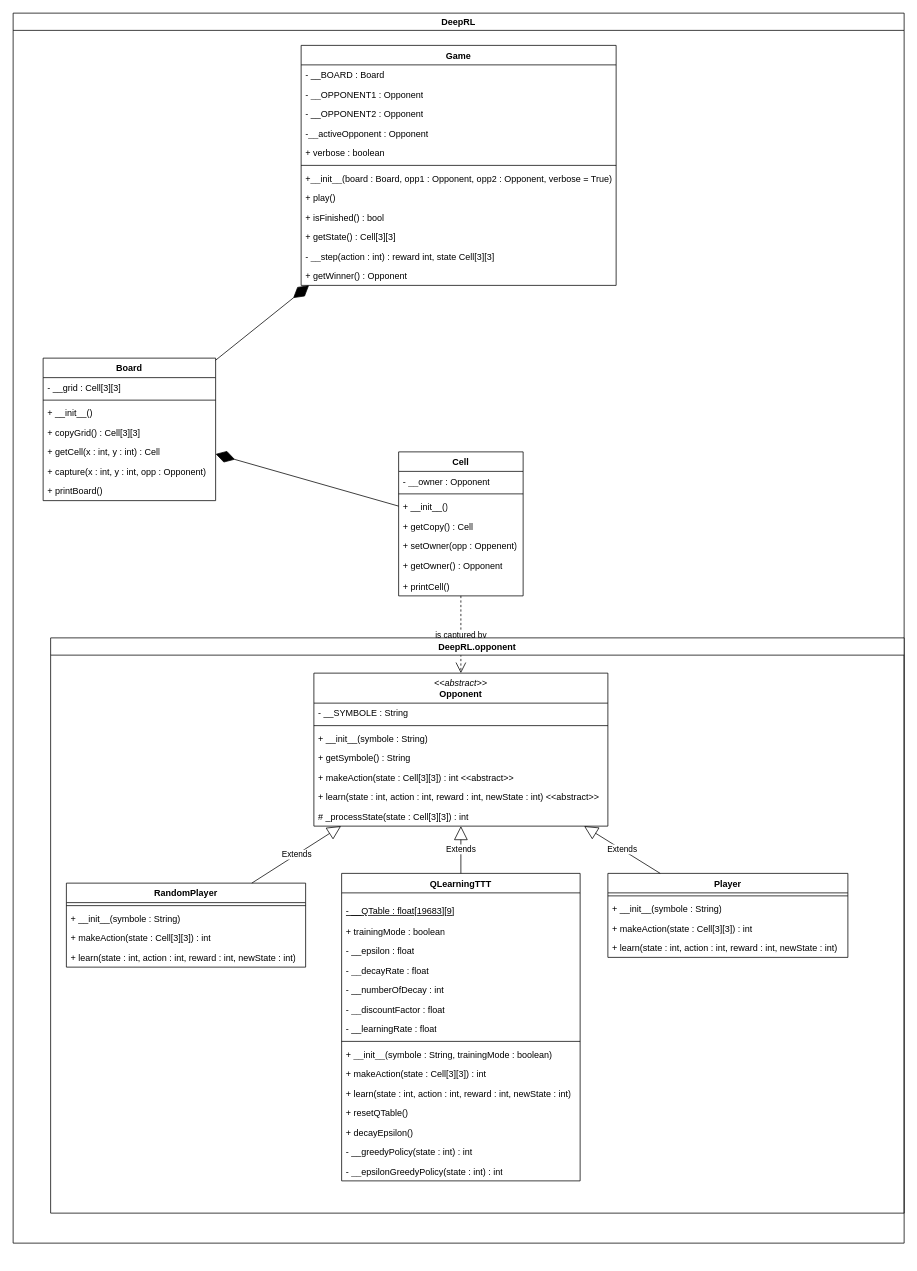
Above: uml/DRL project.drawio in Enzo-Claeyssen/Q-Learning_for_Tic_Tac_Toe (draw.io), before the change. Source tidied: cells renumbered, new cells numbered last; positions are measured from the earlier drawing's top-left corner, leaving out a move shared by most shapes. Both pictures are drawn from the tidied source at 75%, with x=0, y=0 at pixel (13, 13).
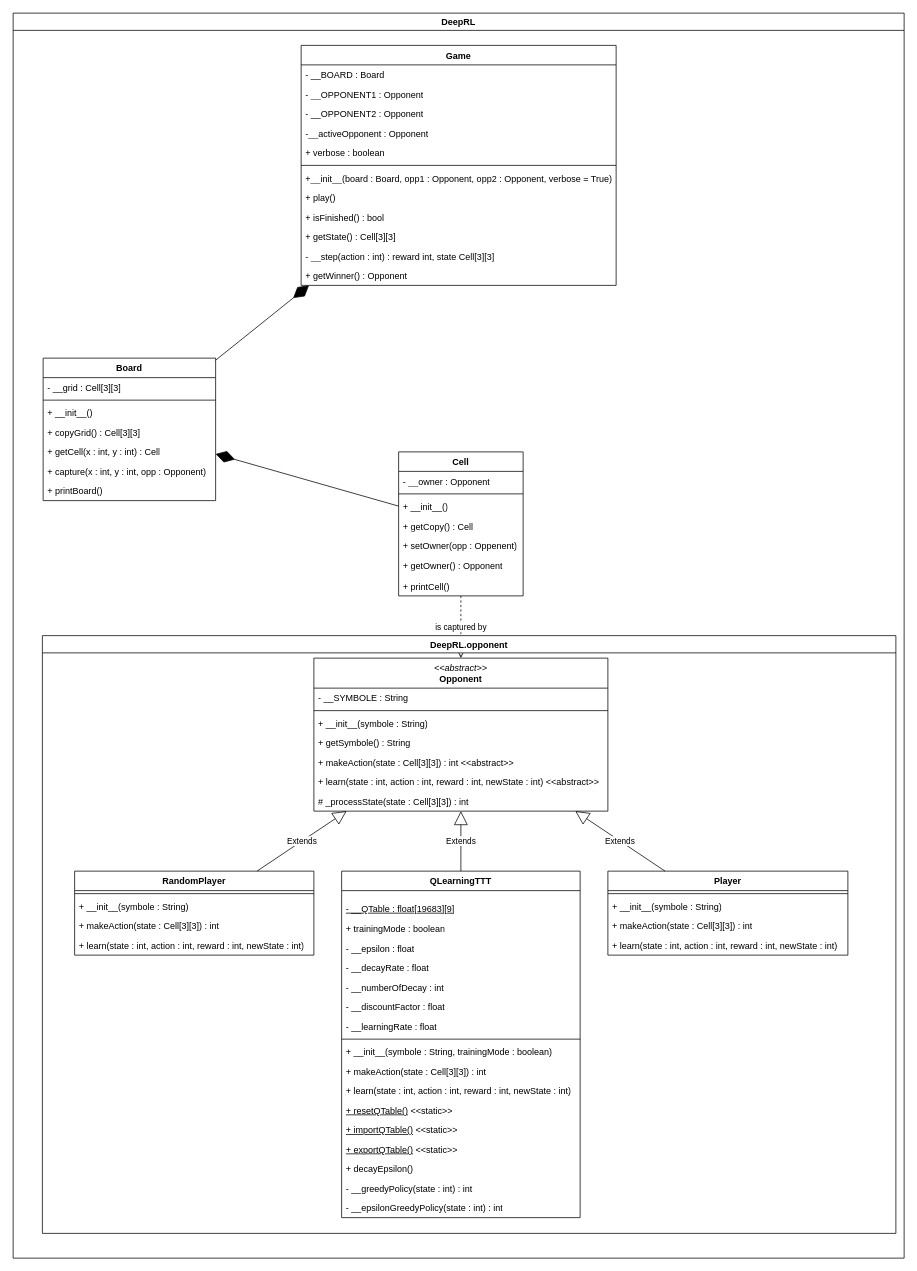
Above is the later version.

What changed in the source:
```diff
@@
     <mxCell id="2" value="DeepRL" style="swimlane;" parent="1" vertex="1">
-      <mxGeometry width="1188" height="1640" as="geometry" />
+      <mxGeometry width="1188" height="1660" as="geometry" />
     </mxCell>
@@
     <mxCell id="35" value="DeepRL.opponent" style="swimlane;" parent="2" vertex="1">
-      <mxGeometry x="50" y="833" width="1138" height="767" as="geometry" />
+      <mxGeometry x="39" y="830" width="1138" height="797" as="geometry" />
     </mxCell>
     <mxCell id="36" value="RandomPlayer" style="swimlane;fontStyle=1;align=center;verticalAlign=top;horizontal=1;startSize=26;whiteSpace=wrap;html=1;" parent="35" vertex="1">
-      <mxGeometry x="21" y="327" width="319" height="112" as="geometry" />
+      <mxGeometry x="43" y="314" width="319" height="112" as="geometry" />
     </mxCell>
@@
     <mxCell id="41" value="Player" style="swimlane;fontStyle=1;align=center;verticalAlign=top;horizontal=1;startSize=26;whiteSpace=wrap;html=1;" parent="35" vertex="1">
-      <mxGeometry x="743" y="314" width="320" height="112" as="geometry" />
+      <mxGeometry x="754" y="314" width="320" height="112" as="geometry" />
     </mxCell>
@@
     <mxCell id="46" value="&lt;span style=&quot;font-weight: normal;&quot;&gt;&lt;i&gt;&amp;lt;&amp;lt;abstract&amp;gt;&amp;gt;&lt;/i&gt;&lt;/span&gt;&lt;br&gt;Opponent" style="swimlane;fontStyle=1;align=center;verticalAlign=top;horizontal=1;startSize=40;whiteSpace=wrap;html=1;" parent="35" vertex="1">
-      <mxGeometry x="351" y="47" width="392" height="204" as="geometry" />
+      <mxGeometry x="362" y="30" width="392" height="204" as="geometry" />
     </mxCell>
@@
     <mxCell id="56" value="QLearningTTT" style="swimlane;fontStyle=1;align=center;verticalAlign=top;horizontal=1;startSize=26;whiteSpace=wrap;html=1;" parent="35" vertex="1">
-      <mxGeometry x="388" y="314" width="318" height="410" as="geometry" />
+      <mxGeometry x="399" y="314" width="318" height="462" as="geometry" />
     </mxCell>
@@
-    <mxCell id="68" value="+ resetQTable()" style="text;strokeColor=none;fillColor=none;align=left;verticalAlign=top;spacingLeft=4;spacingRight=4;overflow=hidden;whiteSpace=wrap;html=1;" parent="56" vertex="1">
+    <mxCell id="68" value="&lt;u&gt;+ resetQTable()&lt;/u&gt; &amp;lt;&amp;lt;static&amp;gt;&amp;gt;" style="text;strokeColor=none;fillColor=none;align=left;verticalAlign=top;spacingLeft=4;spacingRight=4;overflow=hidden;whiteSpace=wrap;html=1;" parent="56" vertex="1">
       <mxGeometry y="306" width="318" height="26" as="geometry" />
     </mxCell>
+    <mxCell id="73" value="&lt;u&gt;+ importQTable()&lt;/u&gt; &amp;lt;&amp;lt;static&amp;gt;&amp;gt;" style="text;strokeColor=none;fillColor=none;align=left;verticalAlign=top;spacingLeft=4;spacingRight=4;overflow=hidden;whiteSpace=wrap;html=1;" parent="56" vertex="1">
+      <mxGeometry y="332" width="318" height="26" as="geometry" />
+    </mxCell>
+    <mxCell id="74" value="&lt;u&gt;+ exportQTable()&lt;/u&gt; &amp;lt;&amp;lt;static&amp;gt;&amp;gt;" style="text;strokeColor=none;fillColor=none;align=left;verticalAlign=top;spacingLeft=4;spacingRight=4;overflow=hidden;whiteSpace=wrap;html=1;" parent="56" vertex="1">
+      <mxGeometry y="358" width="318" height="26" as="geometry" />
+    </mxCell>
     <mxCell id="69" value="+ decayEpsilon()" style="text;strokeColor=none;fillColor=none;align=left;verticalAlign=top;spacingLeft=4;spacingRight=4;overflow=hidden;whiteSpace=wrap;html=1;" parent="56" vertex="1">
-      <mxGeometry y="332" width="318" height="26" as="geometry" />
+      <mxGeometry y="384" width="318" height="26" as="geometry" />
     </mxCell>
     <mxCell id="70" value="- __greedyPolicy(state : int) : int" style="text;strokeColor=none;fillColor=none;align=left;verticalAlign=top;spacingLeft=4;spacingRight=4;overflow=hidden;whiteSpace=wrap;html=1;" parent="56" vertex="1">
-      <mxGeometry y="358" width="318" height="26" as="geometry" />
+      <mxGeometry y="410" width="318" height="26" as="geometry" />
     </mxCell>
     <mxCell id="71" value="&lt;div&gt;- __epsilonGreedyPolicy(state : int) : int&lt;br&gt;&lt;/div&gt;" style="text;strokeColor=none;fillColor=none;align=left;verticalAlign=top;spacingLeft=4;spacingRight=4;overflow=hidden;whiteSpace=wrap;html=1;" parent="56" vertex="1">
-      <mxGeometry y="384" width="318" height="26" as="geometry" />
+      <mxGeometry y="436" width="318" height="26" as="geometry" />
     </mxCell>
```
